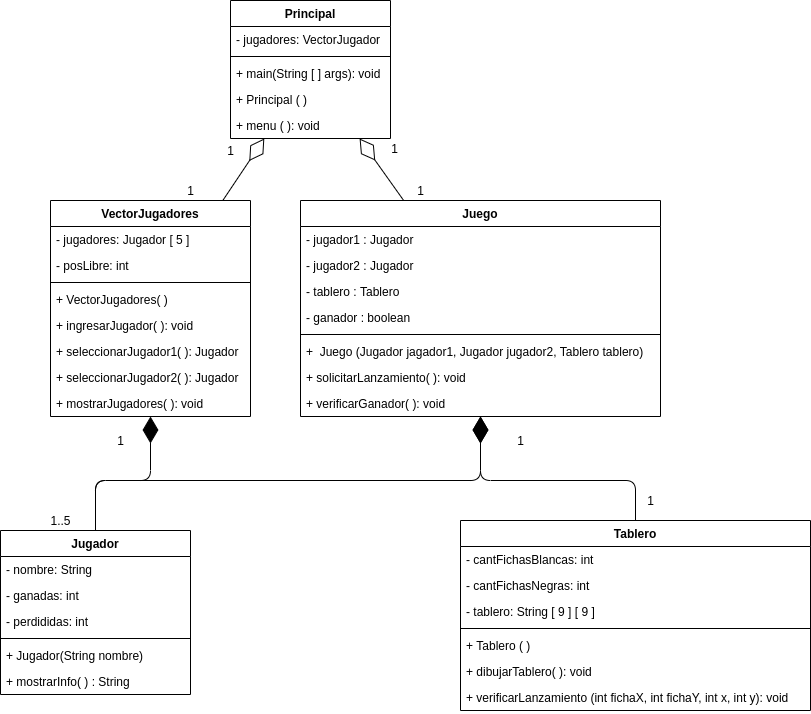
Pabloluis10/Damas keeps this draw.io diagram as Damas.png. Above is the earlier version. Source tidied: cells renumbered, new cells last; positions are measured from the earlier drawing's top-left corner, leaving out a move shared by most shapes.
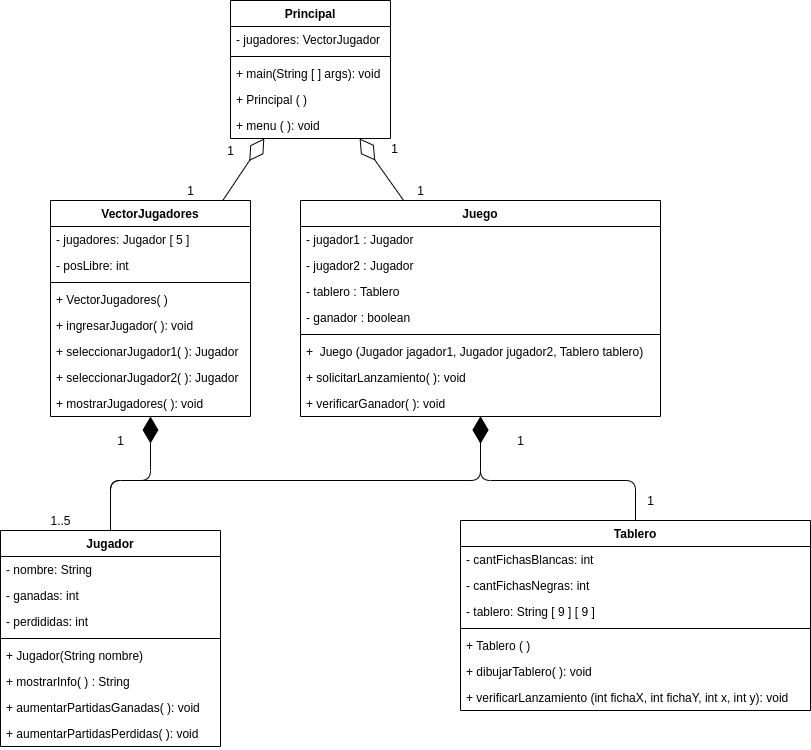
Later version of the same file.

Commit message:
Agregue VectorJugador.java para administrar a los jugadore

The edit, as a diff of the source:
```diff
@@ -3,26 +3,32 @@
     <mxCell id="0" />
     <mxCell id="1" parent="0" />
     <mxCell id="2" value="Jugador" style="swimlane;fontStyle=1;align=center;verticalAlign=top;horizontal=1;startSize=26;" parent="1" vertex="1">
-      <mxGeometry y="530" width="190" height="164" as="geometry" />
+      <mxGeometry y="530" width="220" height="216" as="geometry" />
     </mxCell>
     <mxCell id="3" value="- nombre: String" style="text;strokeColor=none;fillColor=none;align=left;verticalAlign=top;spacingLeft=4;spacingRight=4;overflow=hidden;" parent="2" vertex="1">
-      <mxGeometry y="26" width="190" height="26" as="geometry" />
+      <mxGeometry y="26" width="220" height="26" as="geometry" />
     </mxCell>
     <mxCell id="4" value="- ganadas: int" style="text;strokeColor=none;fillColor=none;align=left;verticalAlign=top;spacingLeft=4;spacingRight=4;overflow=hidden;" parent="2" vertex="1">
-      <mxGeometry y="52" width="190" height="26" as="geometry" />
+      <mxGeometry y="52" width="220" height="26" as="geometry" />
     </mxCell>
     <mxCell id="5" value="- perdididas: int" style="text;strokeColor=none;fillColor=none;align=left;verticalAlign=top;spacingLeft=4;spacingRight=4;overflow=hidden;" parent="2" vertex="1">
-      <mxGeometry y="78" width="190" height="26" as="geometry" />
+      <mxGeometry y="78" width="220" height="26" as="geometry" />
     </mxCell>
     <mxCell id="6" style="line;strokeWidth=1;fillColor=none;align=left;verticalAlign=middle;spacingTop=-1;spacingLeft=3;spacingRight=3;labelPosition=right;" parent="2" vertex="1">
-      <mxGeometry y="104" width="190" height="8" as="geometry" />
+      <mxGeometry y="104" width="220" height="8" as="geometry" />
     </mxCell>
     <mxCell id="7" value="+ Jugador(String nombre)" style="text;strokeColor=none;fillColor=none;align=left;verticalAlign=top;spacingLeft=4;spacingRight=4;overflow=hidden;" parent="2" vertex="1">
-      <mxGeometry y="112" width="190" height="26" as="geometry" />
+      <mxGeometry y="112" width="220" height="26" as="geometry" />
     </mxCell>
     <mxCell id="8" value="+ mostrarInfo( ) : String" style="text;strokeColor=none;fillColor=none;align=left;verticalAlign=top;spacingLeft=4;spacingRight=4;overflow=hidden;" parent="2" vertex="1">
-      <mxGeometry y="138" width="190" height="26" as="geometry" />
+      <mxGeometry y="138" width="220" height="26" as="geometry" />
     </mxCell>
+    <mxCell id="54" value="+ aumentarPartidasGanadas( ): void" style="text;strokeColor=none;fillColor=none;align=left;verticalAlign=top;spacingLeft=4;spacingRight=4;overflow=hidden;" parent="2" vertex="1">
+      <mxGeometry y="164" width="220" height="26" as="geometry" />
+    </mxCell>
+    <mxCell id="55" value="+ aumentarPartidasPerdidas( ): void" style="text;strokeColor=none;fillColor=none;align=left;verticalAlign=top;spacingLeft=4;spacingRight=4;overflow=hidden;" parent="2" vertex="1">
+      <mxGeometry y="190" width="220" height="26" as="geometry" />
+    </mxCell>
     <mxCell id="9" value="Tablero" style="swimlane;fontStyle=1;align=center;verticalAlign=top;horizontal=1;startSize=26;" parent="1" vertex="1">
       <mxGeometry x="460" y="520" width="350" height="190" as="geometry" />
     </mxCell>
@@ -118,7 +124,7 @@
     <mxCell id="38" style="endArrow=diamondThin;endFill=1;endSize=24;html=1;" parent="1" edge="1" source="2" target="17">
       <mxGeometry relative="1" as="geometry">
         <Array as="points">
-          <mxPoint x="95" y="480" />
+          <mxPoint x="110" y="480" />
           <mxPoint x="480" y="480" />
         </Array>
       </mxGeometry>
@@ -126,7 +132,7 @@
     <mxCell id="39" style="endArrow=diamondThin;endFill=1;endSize=24;html=1;" parent="1" edge="1" source="2" target="26">
       <mxGeometry relative="1" as="geometry">
         <Array as="points">
-          <mxPoint x="95" y="480" />
+          <mxPoint x="110" y="480" />
           <mxPoint x="150" y="480" />
         </Array>
       </mxGeometry>
```
